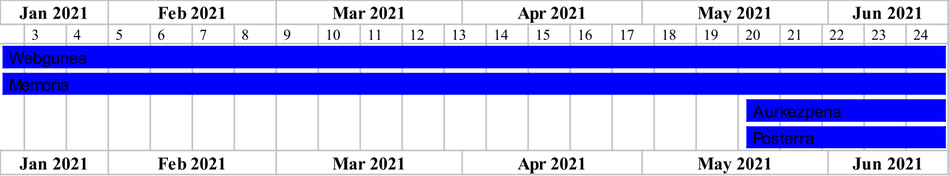
This is Proiektua/PlantUML/Gantt.png from juletx/ProMeta, a PlantUML export, as it was before one commit.
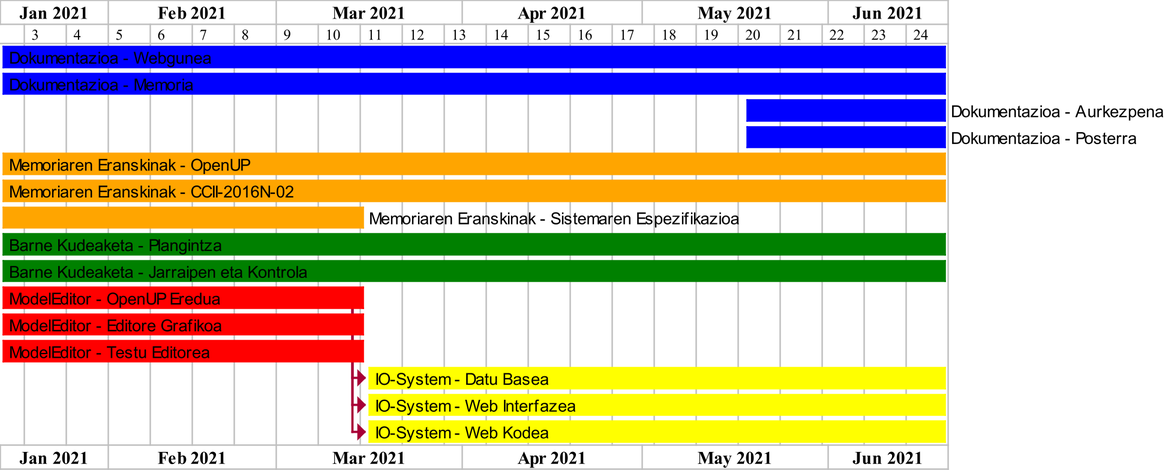
Later version of the same file.

Change to the diagram source:
```diff
@@ -1,14 +1,46 @@
 @startgantt Gantt
 scale 5/2
 printscale weekly
+
 project starts the 2021/01/14
 2021/06/20 is closed
-[Webgunea] starts 2021/01/14 and ends 2021/06/20
-[Memoria] starts 2021/01/14 and ends 2021/06/20
-[Aurkezpena] starts 2021/05/18 and ends 2021/06/20
-[Posterra] starts 2021/05/18 and ends 2021/06/20
-[Webgunea] is colored in Blue
-[Memoria] is colored in Blue
-[Aurkezpena] is colored in Blue
-[Posterra] is colored in Blue
+
+[Dokumentazioa - Webgunea] starts 2021/01/14 and ends 2021/06/20
+[Dokumentazioa - Memoria] starts 2021/01/14 and ends 2021/06/20
+[Dokumentazioa - Aurkezpena] starts 2021/05/18 and ends 2021/06/20
+[Dokumentazioa - Posterra] starts 2021/05/18 and ends 2021/06/20
+[Dokumentazioa - Webgunea] is colored in Blue
+[Dokumentazioa - Memoria] is colored in Blue
+[Dokumentazioa - Aurkezpena] is colored in Blue
+[Dokumentazioa - Posterra] is colored in Blue
+
+[Memoriaren Eranskinak - OpenUP] starts 2021/01/14 and ends 2021/06/20
+[Memoriaren Eranskinak - CCII-2016N-02] starts 2021/01/14 and ends 2021/06/20
+[Memoriaren Eranskinak - Sistemaren Espezifikazioa] starts 2021/01/14 and ends 2021/03/15
+[Memoriaren Eranskinak - OpenUP] is colored in Orange
+[Memoriaren Eranskinak - CCII-2016N-02] is colored in Orange
+[Memoriaren Eranskinak - Sistemaren Espezifikazioa] is colored in Orange
+
+[Barne Kudeaketa - Plangintza] starts 2021/01/14 and ends 2021/06/20
+[Barne Kudeaketa - Jarraipen eta Kontrola] starts 2021/01/14 and ends 2021/06/20
+[Barne Kudeaketa - Plangintza] is colored in Green
+[Barne Kudeaketa - Jarraipen eta Kontrola] is colored in Green
+
+[ModelEditor - OpenUP Eredua] starts 2021/01/14 and ends 2021/03/15
+[ModelEditor - Editore Grafikoa] starts 2021/01/14 and ends 2021/03/15
+[ModelEditor - Testu Editorea] starts 2021/01/14 and ends 2021/03/15
+[ModelEditor - OpenUP Eredua] is colored in Red
+[ModelEditor - Editore Grafikoa] is colored in Red
+[ModelEditor - Testu Editorea] is colored in Red
+
+[IO-System - Datu Basea] starts 2021/03/16 and ends 2021/06/20
+[IO-System - Web Interfazea] starts 2021/03/16 and ends 2021/06/20
+[IO-System - Web Kodea] starts 2021/03/16 and ends 2021/06/20
+[IO-System - Datu Basea] is colored in Yellow
+[IO-System - Web Interfazea] is colored in Yellow
+[IO-System - Web Kodea] is colored in Yellow
+
+[ModelEditor - OpenUP Eredua] -> [IO-System - Datu Basea]
+[ModelEditor - OpenUP Eredua] -> [IO-System - Web Interfazea]
+[ModelEditor - OpenUP Eredua] -> [IO-System - Web Kodea]
 @endgantt
```
